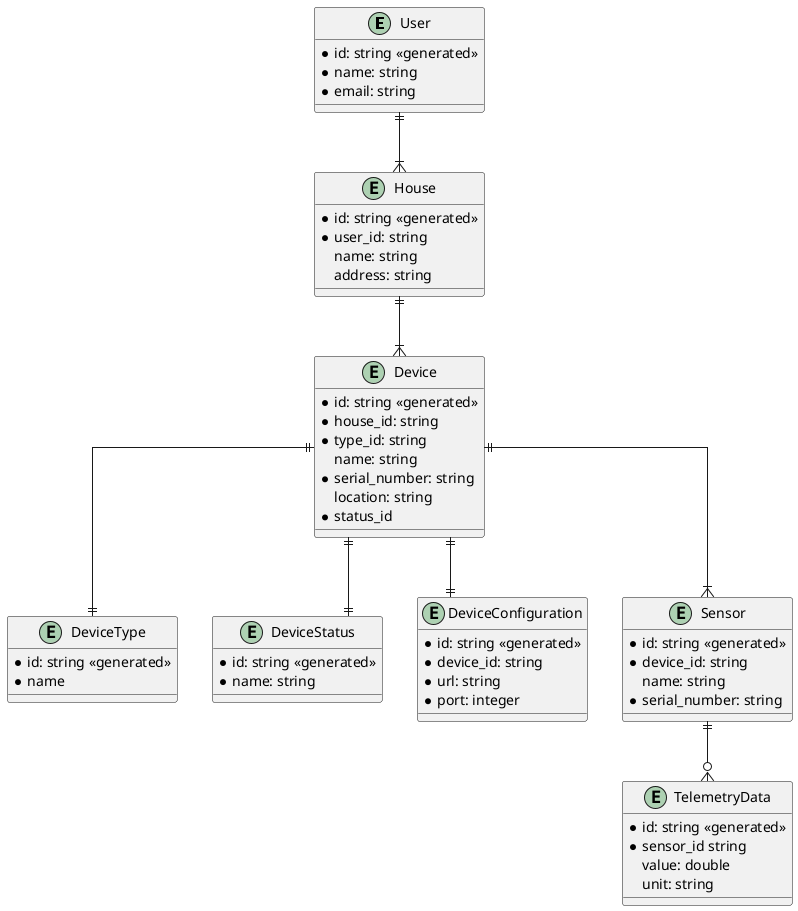
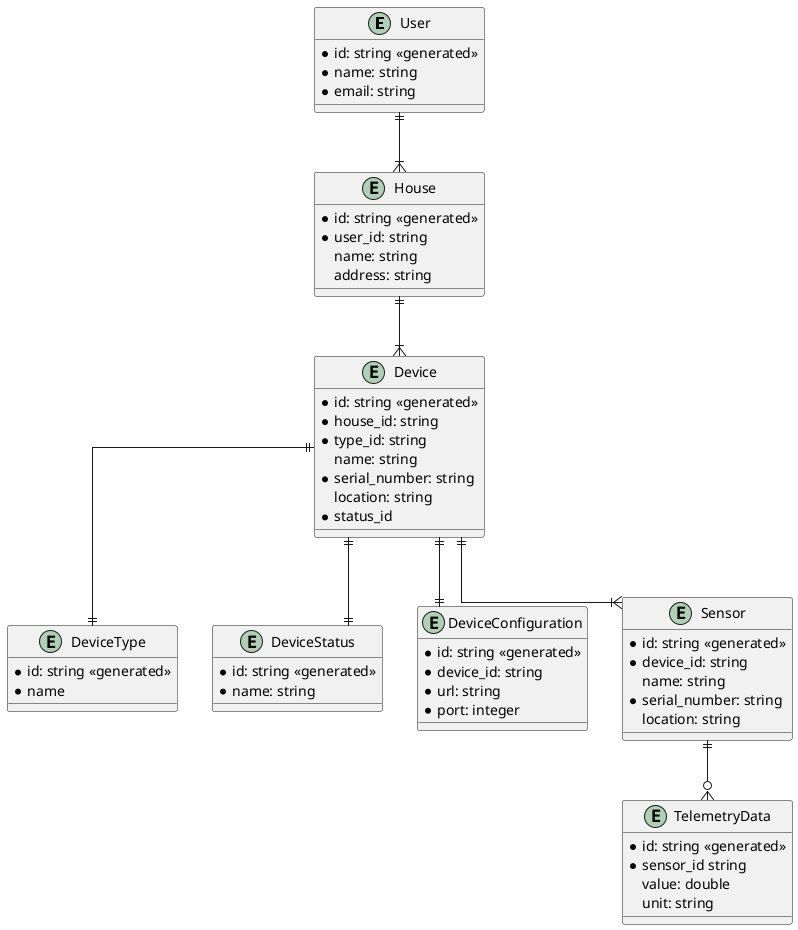
@startuml

skinparam linetype ortho

entity User {
    * id: string <<generated>>
    * name: string
    * email: string
}

entity House {
    * id: string <<generated>>
    * user_id: string
    name: string
    address: string
}

entity Device {
    * id: string <<generated>>
    * house_id: string
    * type_id: string
    name: string
    *serial_number: string
    location: string
    * status_id
}

entity DeviceType {
    * id: string <<generated>>
    * name
}

entity DeviceStatus {
    * id: string <<generated>>
    * name: string
}

entity DeviceConfiguration {
    * id: string <<generated>>
    * device_id: string
    * url: string
    * port: integer
}

entity Sensor {
    * id: string <<generated>>
    * device_id: string
    name: string
    * serial_number: string
+     location: string
}

entity TelemetryData {
    * id: string <<generated>>
    * sensor_id string
    value: double
    unit: string
}

User ||--|{ House
House ||--|{ Device
Device ||--|| DeviceType
Device ||--|| DeviceStatus
Device ||--|| DeviceConfiguration
Device ||--|{ Sensor
Sensor ||--o{ TelemetryData

@enduml